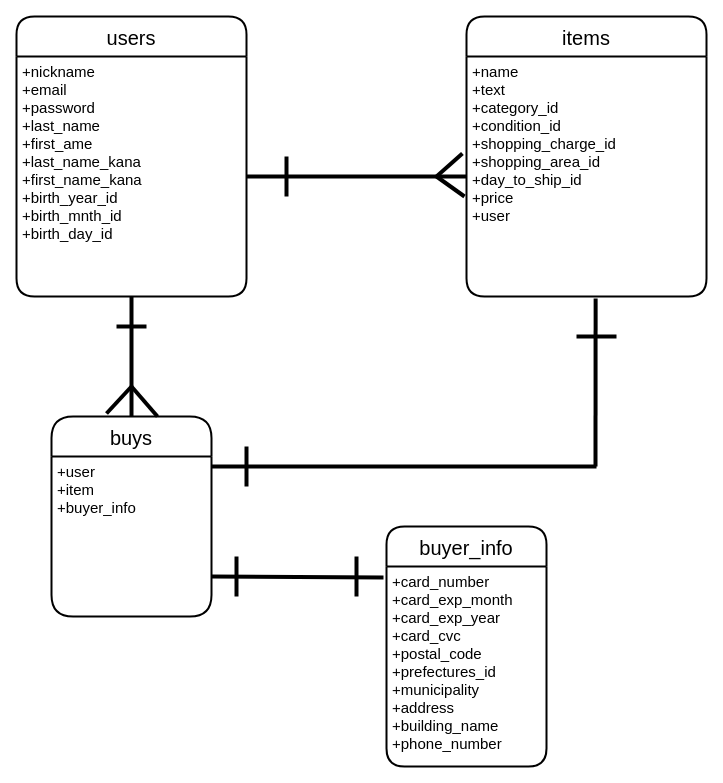
Above: furima.dio in tnakamura0314/furima-34460 (draw.io), before the change. Source tidied: cells renumbered, new cells numbered last; positions are measured from the earlier drawing's top-left corner, leaving out a move shared by most shapes. Both pictures are drawn from the tidied source at 100%, with x=0, y=0 at pixel (16, 16).
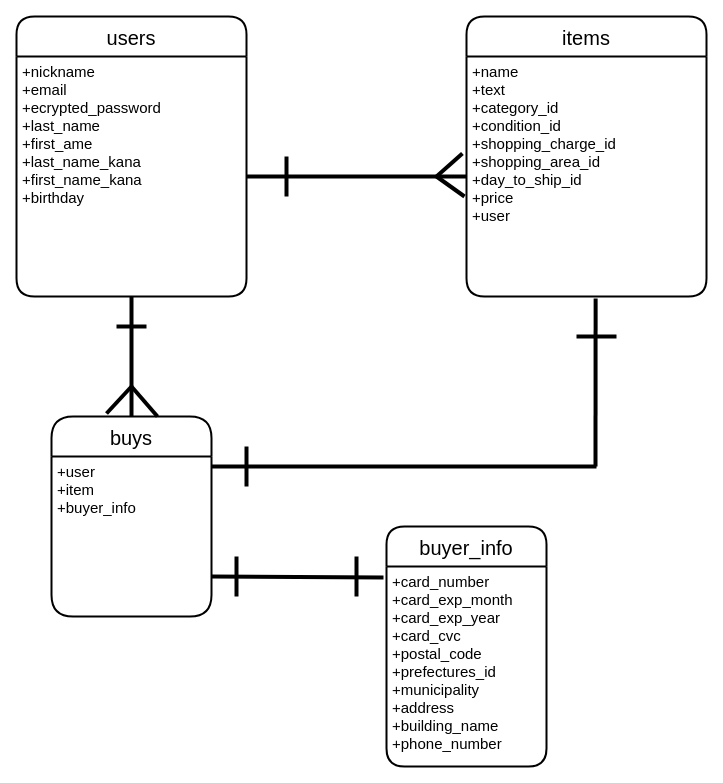
The same diagram, later.

Commit message (it also covers changes not shown here):
ER図/READMEの修正

Unchanged cells that the change refers to:
```xml
<mxCell id="2" value="users" style="swimlane;horizontal=1;startSize=40;rounded=1;fontSize=20;fontStyle=0;strokeWidth=2;shadow=0;dashed=0;align=center;" parent="1" vertex="1">
  <mxGeometry width="230" height="280" as="geometry" />
</mxCell>
```

What changed in the source:
```diff
@@
-    <mxCell id="3" value="+nickname&#10;+email&#10;+password&#10;+last_name&#10;+first_ame&#10;+last_name_kana&#10;+first_name_kana&#10;+birth_year_id&#10;+birth_mnth_id&#10;+birth_day_id" style="align=left;strokeColor=none;fillColor=none;spacingLeft=4;fontSize=15;verticalAlign=top;" parent="2" vertex="1">
+    <mxCell id="3" value="+nickname&#10;+email&#10;+ecrypted_password&#10;+last_name&#10;+first_ame&#10;+last_name_kana&#10;+first_name_kana&#10;+birthday" style="align=left;strokeColor=none;fillColor=none;spacingLeft=4;fontSize=15;verticalAlign=top;" parent="2" vertex="1">
       <mxGeometry y="40" width="230" height="240" as="geometry" />
     </mxCell>
```
